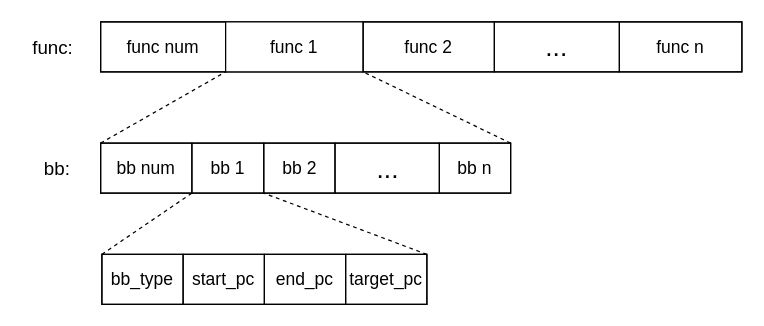
The draw.io diagram cfg 二进制布局设计.drawio in liyp1120/draw.io, before the edit. Source tidied: cells renumbered, new cells numbered last; positions are measured from the earlier drawing's top-left corner, leaving out a move shared by most shapes. Both pictures are drawn from the tidied source at 125%, with x=0, y=0 at pixel (21, 21).
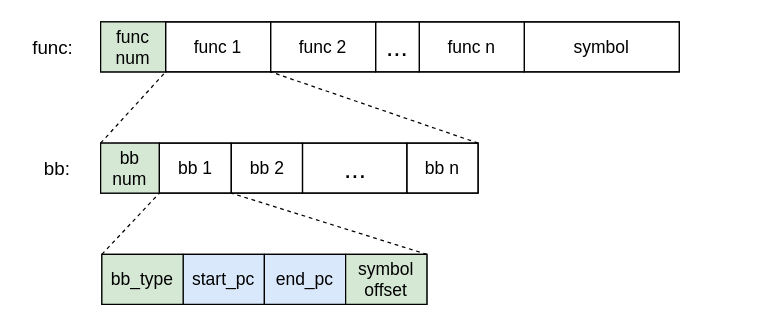
After the change.

Commit message:
更新cfg 二进制布局设计.drawio

The edit, as a diff of the source:
```diff
@@
     <mxCell id="2" style="rounded=0;whiteSpace=wrap;html=1;fillColor=none;" parent="1" vertex="1">
-      <mxGeometry x="63" width="513" height="40" as="geometry" />
+      <mxGeometry x="63" width="463" height="40" as="geometry" />
     </mxCell>
-    <mxCell id="3" value="&lt;font style=&quot;font-size: 14px;&quot;&gt;func num&lt;/font&gt;" style="rounded=0;whiteSpace=wrap;html=1;fillColor=none;labelBackgroundColor=none;labelBorderColor=none;" parent="1" vertex="1">
-      <mxGeometry x="63" width="100" height="40" as="geometry" />
+    <mxCell id="3" value="&lt;font style=&quot;font-size: 14px;&quot;&gt;func num&lt;/font&gt;" style="rounded=0;whiteSpace=wrap;html=1;fillColor=#d5e8d4;labelBackgroundColor=none;labelBorderColor=none;strokeColor=default;" parent="1" vertex="1">
+      <mxGeometry x="63" width="52" height="40" as="geometry" />
     </mxCell>
@@
     <mxCell id="5" value="&lt;font style=&quot;font-size: 21px;&quot;&gt;...&lt;/font&gt;" style="rounded=0;whiteSpace=wrap;html=1;fillColor=none;" parent="1" vertex="1">
-      <mxGeometry x="378" width="100" height="40" as="geometry" />
+      <mxGeometry x="283" width="35" height="40" as="geometry" />
     </mxCell>
@@
-    <mxCell id="7" value="&lt;font style=&quot;font-size: 14px;&quot;&gt;func 1&lt;/font&gt;" style="rounded=0;whiteSpace=wrap;html=1;fillColor=default;labelBorderColor=none;" parent="1" vertex="1">
-      <mxGeometry x="163" width="110" height="40" as="geometry" />
-    </mxCell>
-    <mxCell id="8" value="&lt;font style=&quot;font-size: 14px;&quot;&gt;func 2&lt;/font&gt;" style="rounded=0;whiteSpace=wrap;html=1;fillColor=none;" parent="1" vertex="1">
-      <mxGeometry x="273" width="105" height="40" as="geometry" />
-    </mxCell>
-    <mxCell id="9" value="&lt;font style=&quot;font-size: 14px;&quot;&gt;func n&lt;/font&gt;" style="rounded=0;whiteSpace=wrap;html=1;fillColor=none;" parent="1" vertex="1">
-      <mxGeometry x="478" width="98" height="40" as="geometry" />
-    </mxCell>
     <mxCell id="10" style="rounded=0;whiteSpace=wrap;html=1;fillColor=none;" parent="1" vertex="1">
-      <mxGeometry x="63" y="97" width="328" height="40" as="geometry" />
+      <mxGeometry x="63" y="97" width="302" height="40" as="geometry" />
     </mxCell>
-    <mxCell id="11" value="&lt;font style=&quot;font-size: 14px;&quot;&gt;bb num&lt;/font&gt;" style="rounded=0;whiteSpace=wrap;html=1;fillColor=none;" parent="1" vertex="1">
-      <mxGeometry x="63" y="97" width="73" height="40" as="geometry" />
+    <mxCell id="11" value="&lt;font style=&quot;font-size: 14px;&quot;&gt;bb num&lt;/font&gt;" style="rounded=0;whiteSpace=wrap;html=1;fillColor=#d5e8d4;strokeColor=default;" parent="1" vertex="1">
+      <mxGeometry x="63" y="97" width="47" height="40" as="geometry" />
     </mxCell>
@@
     <mxCell id="13" value="&lt;font style=&quot;font-size: 14px;&quot;&gt;bb n&lt;/font&gt;" style="rounded=0;whiteSpace=wrap;html=1;fillColor=none;" parent="1" vertex="1">
-      <mxGeometry x="334" y="97" width="57" height="40" as="geometry" />
+      <mxGeometry x="308" y="97" width="57" height="40" as="geometry" />
     </mxCell>
     <mxCell id="14" value="&lt;font style=&quot;font-size: 14px;&quot;&gt;bb 2&lt;/font&gt;" style="rounded=0;whiteSpace=wrap;html=1;fillColor=none;" parent="1" vertex="1">
-      <mxGeometry x="193.5" y="97" width="57" height="40" as="geometry" />
+      <mxGeometry x="167.5" y="97" width="57" height="40" as="geometry" />
     </mxCell>
     <mxCell id="15" value="&lt;font style=&quot;font-size: 14px;&quot;&gt;bb 1&lt;/font&gt;" style="rounded=0;whiteSpace=wrap;html=1;fillColor=none;" parent="1" vertex="1">
-      <mxGeometry x="136" y="97" width="57.5" height="40" as="geometry" />
+      <mxGeometry x="110" y="97" width="57.5" height="40" as="geometry" />
     </mxCell>
     <mxCell id="16" value="&lt;font style=&quot;font-size: 21px;&quot;&gt;...&lt;/font&gt;" style="rounded=0;whiteSpace=wrap;html=1;fillColor=none;" parent="1" vertex="1">
-      <mxGeometry x="250.5" y="97" width="83.5" height="40" as="geometry" />
+      <mxGeometry x="224.5" y="97" width="83.5" height="40" as="geometry" />
     </mxCell>
-    <mxCell id="17" value="&lt;font style=&quot;font-size: 14px;&quot;&gt;start_pc&lt;/font&gt;" style="rounded=0;whiteSpace=wrap;html=1;fillColor=none;" parent="1" vertex="1">
+    <mxCell id="17" value="&lt;font style=&quot;font-size: 14px;&quot;&gt;start_pc&lt;/font&gt;" style="rounded=0;whiteSpace=wrap;html=1;fillColor=#dae8fc;strokeColor=default;" parent="1" vertex="1">
       <mxGeometry x="129" y="186" width="65" height="40" as="geometry" />
     </mxCell>
-    <mxCell id="18" value="&lt;font style=&quot;font-size: 14px;&quot;&gt;end_pc&lt;/font&gt;" style="rounded=0;whiteSpace=wrap;html=1;fillColor=none;" parent="1" vertex="1">
+    <mxCell id="18" value="&lt;font style=&quot;font-size: 14px;&quot;&gt;end_pc&lt;/font&gt;" style="rounded=0;whiteSpace=wrap;html=1;fillColor=#dae8fc;strokeColor=default;" parent="1" vertex="1">
       <mxGeometry x="194" y="186" width="65" height="40" as="geometry" />
     </mxCell>
-    <mxCell id="19" style="endArrow=none;dashed=1;html=1;rounded=0;entryX=0;entryY=1;entryDx=0;entryDy=0;exitX=0;exitY=0;exitDx=0;exitDy=0;fontStyle=0;" parent="1" edge="1" source="11" target="7">
+    <mxCell id="19" style="endArrow=none;dashed=1;html=1;rounded=0;entryX=1;entryY=1;entryDx=0;entryDy=0;exitX=0;exitY=0;exitDx=0;exitDy=0;fontStyle=0;" parent="1" edge="1" source="11" target="3">
       <mxGeometry relative="1" as="geometry" />
     </mxCell>
-    <mxCell id="20" style="endArrow=none;dashed=1;html=1;rounded=0;entryX=0;entryY=1;entryDx=0;entryDy=0;exitX=1;exitY=0;exitDx=0;exitDy=0;" parent="1" edge="1" source="10" target="8">
+    <mxCell id="20" style="endArrow=none;dashed=1;html=1;rounded=0;entryX=1;entryY=1;entryDx=0;entryDy=0;exitX=1;exitY=0;exitDx=0;exitDy=0;" parent="1" edge="1" source="10" target="7">
       <mxGeometry relative="1" as="geometry" />
     </mxCell>
-    <mxCell id="21" value="&lt;span style=&quot;font-size: 14px;&quot;&gt;bb_type&lt;/span&gt;" style="rounded=0;whiteSpace=wrap;html=1;fillColor=none;" parent="1" vertex="1">
+    <mxCell id="21" value="&lt;span style=&quot;font-size: 14px;&quot;&gt;bb_type&lt;/span&gt;" style="rounded=0;whiteSpace=wrap;html=1;fillColor=#d5e8d4;strokeColor=default;" parent="1" vertex="1">
       <mxGeometry x="64" y="186" width="65" height="40" as="geometry" />
     </mxCell>
-    <mxCell id="22" value="&lt;font style=&quot;font-size: 14px;&quot;&gt;target_pc&lt;/font&gt;" style="rounded=0;whiteSpace=wrap;html=1;fillColor=none;" parent="1" vertex="1">
-      <mxGeometry x="259" y="186" width="65" height="40" as="geometry" />
-    </mxCell>
@@
-    <mxCell id="24" style="endArrow=none;dashed=1;html=1;rounded=0;entryX=1;entryY=1;entryDx=0;entryDy=0;exitX=1;exitY=0;exitDx=0;exitDy=0;" parent="1" edge="1" source="22" target="15">
+    <mxCell id="24" style="endArrow=none;dashed=1;html=1;rounded=0;entryX=1;entryY=1;entryDx=0;entryDy=0;exitX=1;exitY=0;exitDx=0;exitDy=0;" parent="1" edge="1" source="26" target="15">
       <mxGeometry relative="1" as="geometry" />
     </mxCell>
+    <mxCell id="25" value="&lt;font style=&quot;font-size: 14px;&quot;&gt;symbol&lt;/font&gt;" style="rounded=0;whiteSpace=wrap;html=1;fillColor=none;" parent="1" vertex="1">
+      <mxGeometry x="402" width="124" height="40" as="geometry" />
+    </mxCell>
+    <mxCell id="7" value="&lt;font style=&quot;font-size: 14px;&quot;&gt;func 1&lt;/font&gt;" style="rounded=0;whiteSpace=wrap;html=1;fillColor=none;labelBackgroundColor=none;labelBorderColor=none;" parent="1" vertex="1">
+      <mxGeometry x="115" width="84" height="40" as="geometry" />
+    </mxCell>
+    <mxCell id="8" value="&lt;font style=&quot;font-size: 14px;&quot;&gt;func 2&lt;/font&gt;" style="rounded=0;whiteSpace=wrap;html=1;fillColor=none;labelBackgroundColor=none;labelBorderColor=none;" parent="1" vertex="1">
+      <mxGeometry x="199" width="84" height="40" as="geometry" />
+    </mxCell>
+    <mxCell id="9" value="&lt;font style=&quot;font-size: 14px;&quot;&gt;func n&lt;/font&gt;" style="rounded=0;whiteSpace=wrap;html=1;fillColor=none;labelBackgroundColor=none;labelBorderColor=none;" parent="1" vertex="1">
+      <mxGeometry x="318" width="84" height="40" as="geometry" />
+    </mxCell>
+    <mxCell id="26" value="&lt;font style=&quot;font-size: 14px;&quot;&gt;symbol&lt;br&gt;offset&lt;br&gt;&lt;/font&gt;" style="rounded=0;whiteSpace=wrap;html=1;fillColor=#d5e8d4;strokeColor=default;" parent="1" vertex="1">
+      <mxGeometry x="259" y="186" width="65" height="40" as="geometry" />
+    </mxCell>
```
